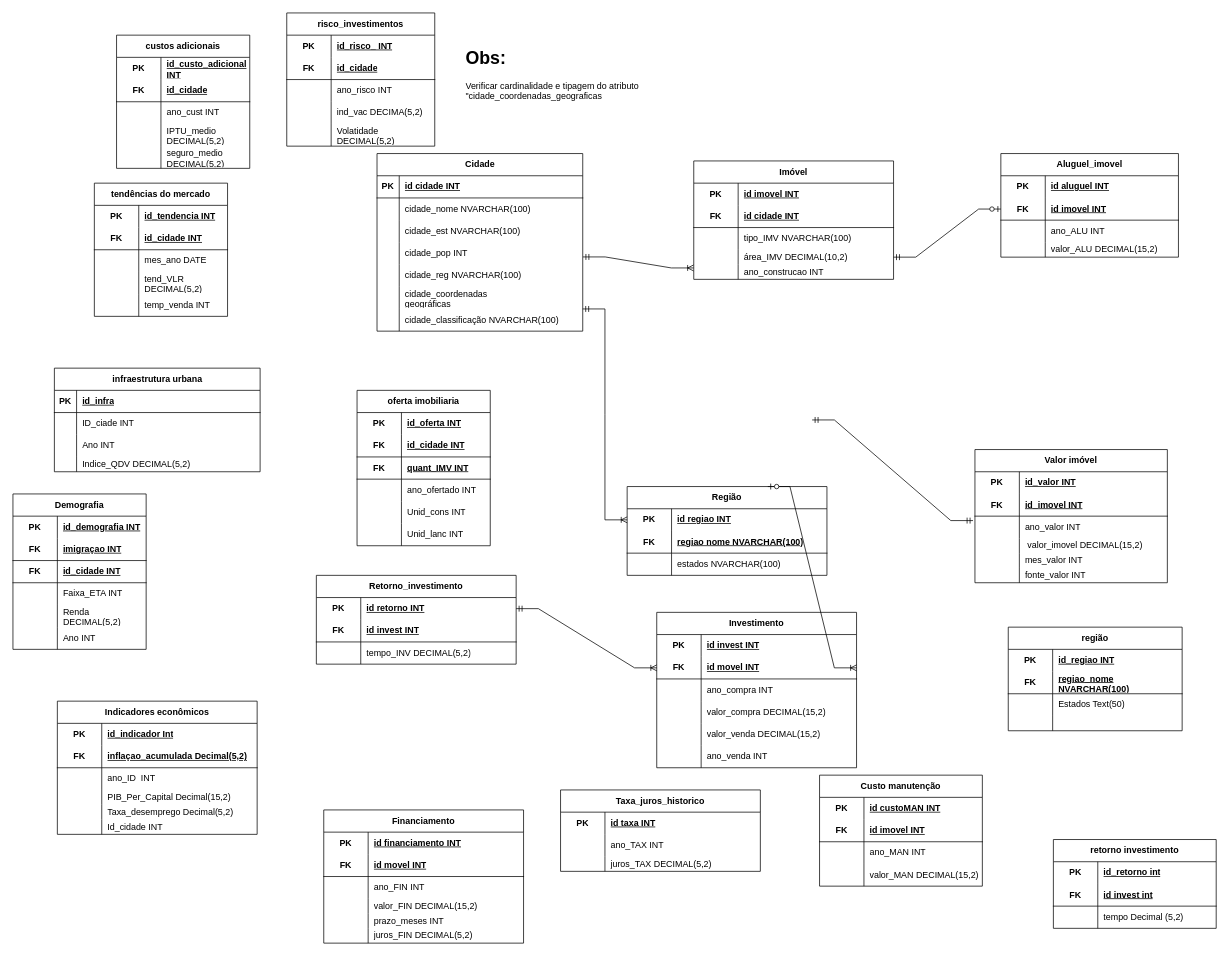
Earlier version of the draw.io diagram GroupBy.drawio (Guilherme22B/Group_by). Source tidied: cells renumbered, new cells numbered last; positions are measured from the earlier drawing's top-left corner, leaving out a move shared by most shapes. Both pictures are drawn from the tidied source at 74%, with x=0, y=0 at pixel (13, 13).
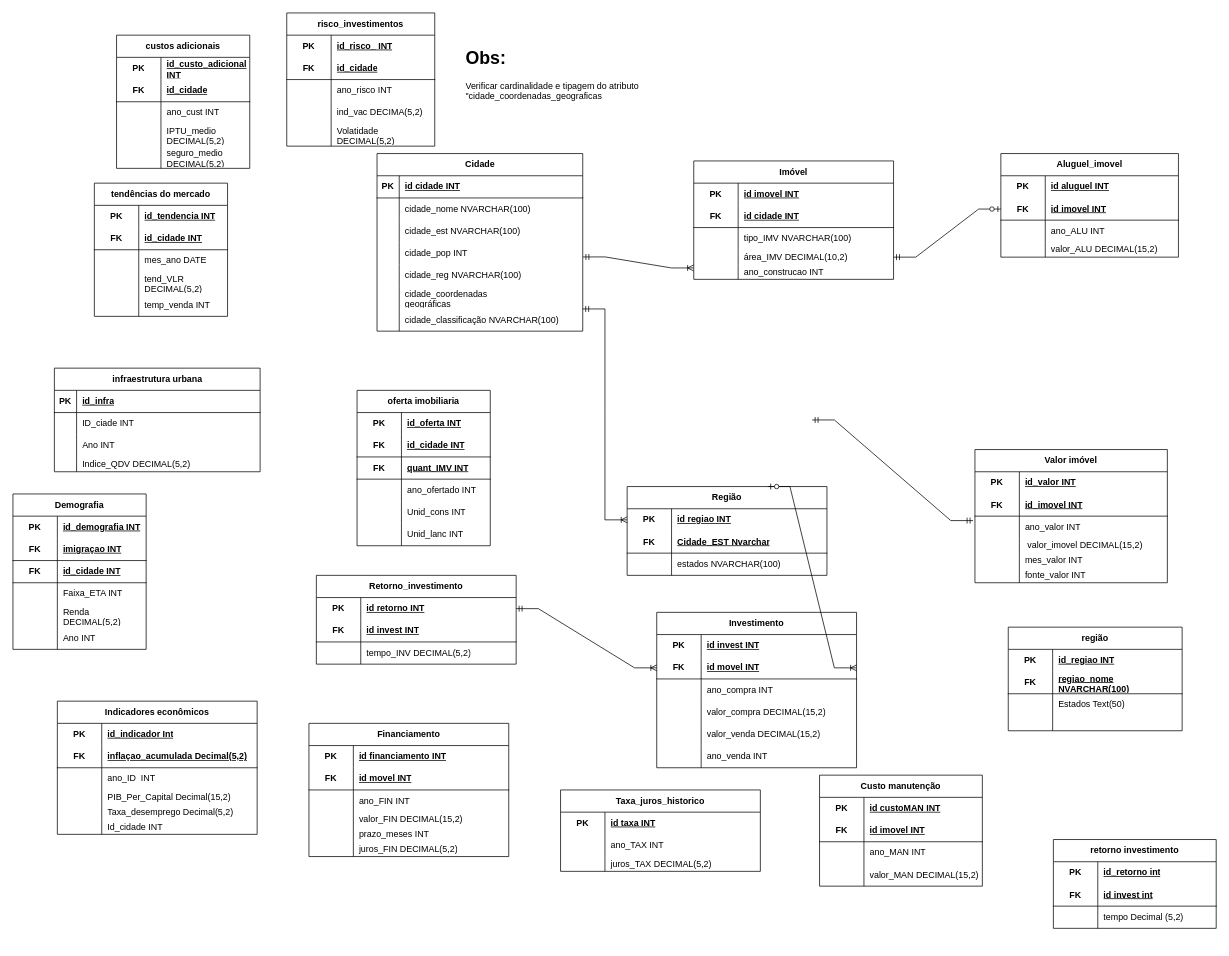
Above is the later version.

Commit message:
tabela 9 alterada

The change refers to these unchanged cells:
```xml
<mxCell id="149" style="shape=tableRow;horizontal=0;startSize=0;swimlaneHead=0;swimlaneBody=0;fillColor=none;top=0;left=0;right=0;bottom=1;html=1;" parent="145" vertex="1">
  <mxGeometry y="60" width="270" height="30" as="geometry" />
</mxCell>
```

Change to the diagram source:
```diff
@@
     <mxCell id="106" value="Financiamento" style="shape=table;startSize=30;childLayout=tableLayout;rowLines=0;fontStyle=1;align=center;html=1;whiteSpace=wrap;" parent="1" vertex="1">
-      <mxGeometry x="420" y="1077" width="270" height="180" as="geometry" />
+      <mxGeometry x="400" y="960" width="270" height="180" as="geometry" />
     </mxCell>
@@
-    <mxCell id="151" value="regiao nome NVARCHAR(100)" style="shape=partialRectangle;fillColor=none;top=0;left=0;bottom=0;right=0;align=left;spacingLeft=6;fontStyle=5;overflow=hidden;html=1;whiteSpace=wrap;" parent="149" vertex="1">
+    <mxCell id="151" value="Cidade_EST Nvarchar" style="shape=partialRectangle;fillColor=none;top=0;left=0;bottom=0;right=0;align=left;spacingLeft=6;fontStyle=5;overflow=hidden;html=1;whiteSpace=wrap;" parent="149" vertex="1">
       <mxGeometry x="60" width="210" height="30" as="geometry" />
     </mxCell>
```
